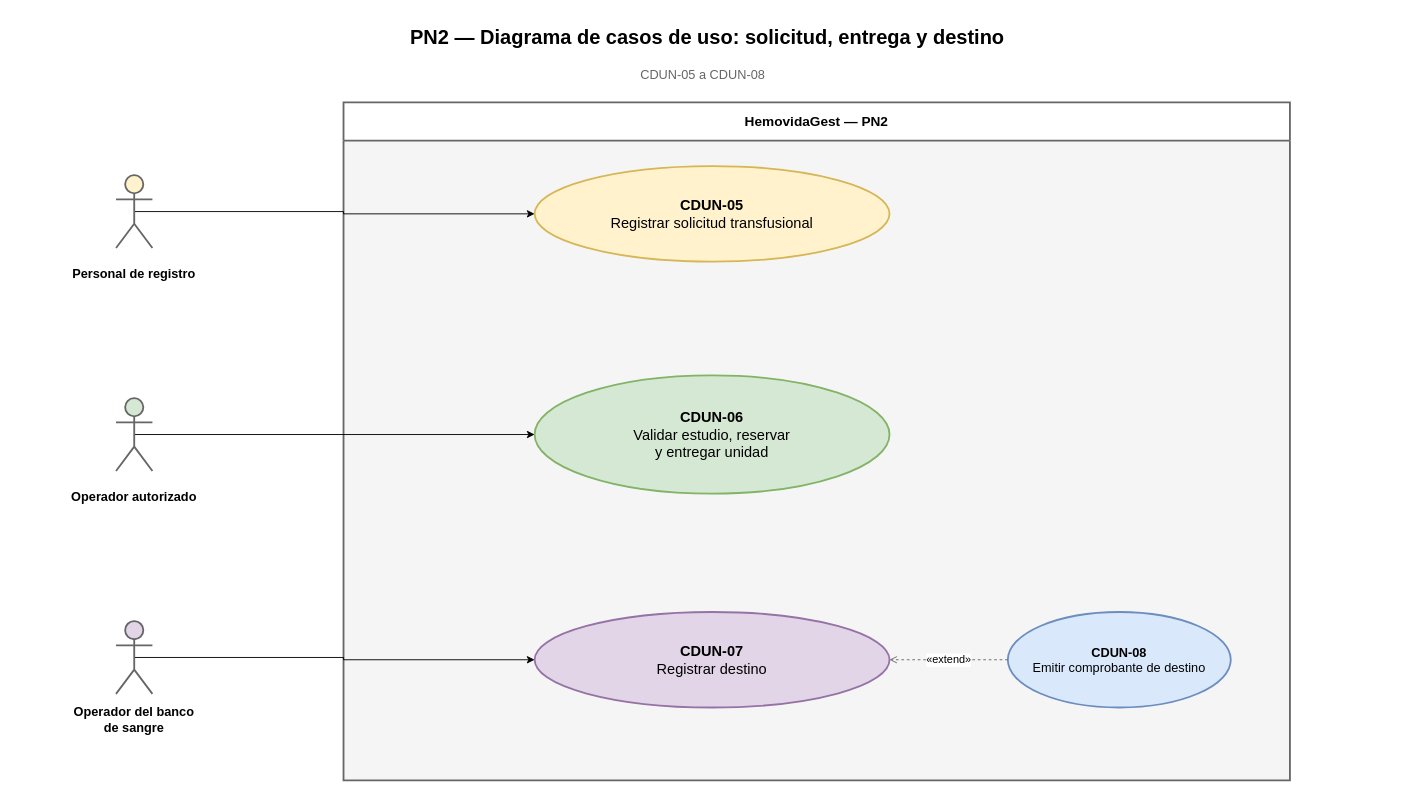
This is Diagramas/Casos de Uso/PN2 - CDUN-05 a CDUN-08 - Casos de uso.drawio from juanNH/Ingenieria-de-Software, a draw.io file, before an edit. Source tidied: cells renumbered, new cells numbered last; positions are measured from the earlier drawing's top-left corner, leaving out a move shared by most shapes. Both pictures are drawn from the tidied source at 91%, with x=0, y=0 at pixel (15, 15).
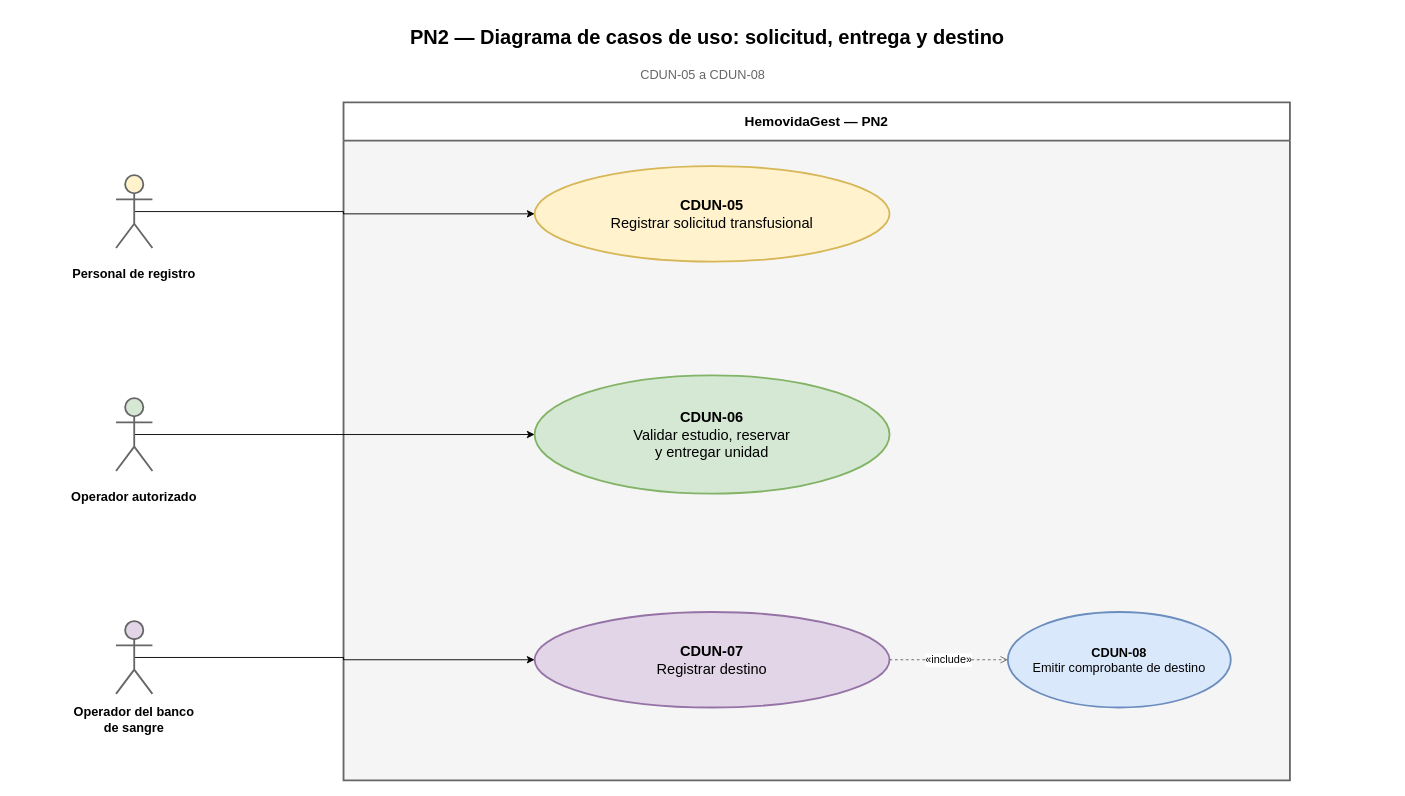
Above is the later version.

What changed in the source:
```diff
@@
 <mxGraphModel>
   <root>
     <mxCell id="0" />
     <mxCell id="1" parent="0" />
     <mxCell id="2" value="PN2 — Diagrama de casos de uso: solicitud, entrega y destino" style="text;html=1;strokeColor=none;fillColor=none;fontFamily=Arial;align=center;verticalAlign=middle;whiteSpace=wrap;fontSize=22;fontStyle=1;" parent="1" vertex="1">
       <mxGeometry x="10" width="1500" height="48" as="geometry" />
     </mxCell>
     <mxCell id="3" value="CDUN-05 a CDUN-08" style="text;html=1;strokeColor=none;fillColor=none;fontFamily=Arial;align=center;verticalAlign=middle;whiteSpace=wrap;fontSize=14;fontColor=#666666;" parent="1" vertex="1">
       <mxGeometry x="130" y="50" width="1250" height="30" as="geometry" />
     </mxCell>
     <mxCell id="4" value="HemovidaGest — PN2" style="swimlane;horizontal=1;startSize=42;whiteSpace=wrap;html=1;fillColor=none;swimlaneFillColor=#f5f5f5;strokeColor=#666666;strokeWidth=2;fontFamily=Arial;fontSize=15;fontStyle=1;" parent="1" vertex="1">
       <mxGeometry x="360" y="95" width="1040" height="745" as="geometry" />
     </mxCell>
     <mxCell id="5" value="&lt;b&gt;CDUN-05&lt;/b&gt;&lt;br&gt;Registrar solicitud transfusional" style="ellipse;whiteSpace=wrap;html=1;fillColor=#fff2cc;strokeColor=#d6b656;strokeWidth=2;fontFamily=Arial;fontSize=16;align=center;verticalAlign=middle;" parent="1" vertex="1">
       <mxGeometry x="570" y="165" width="390" height="105" as="geometry" />
     </mxCell>
     <mxCell id="6" value="&lt;b&gt;CDUN-06&lt;/b&gt;&lt;br&gt;Validar estudio, reservar&lt;br&gt;y entregar unidad" style="ellipse;whiteSpace=wrap;html=1;fillColor=#d5e8d4;strokeColor=#82b366;strokeWidth=2;fontFamily=Arial;fontSize=16;align=center;verticalAlign=middle;" parent="1" vertex="1">
       <mxGeometry x="570" y="395" width="390" height="130" as="geometry" />
     </mxCell>
     <mxCell id="7" value="&lt;b&gt;CDUN-07&lt;/b&gt;&lt;br&gt;Registrar destino" style="ellipse;whiteSpace=wrap;html=1;fillColor=#e1d5e7;strokeColor=#9673a6;strokeWidth=2;fontFamily=Arial;fontSize=16;align=center;verticalAlign=middle;" parent="1" vertex="1">
       <mxGeometry x="570" y="655" width="390" height="105" as="geometry" />
     </mxCell>
     <mxCell id="8" style="edgeStyle=orthogonalEdgeStyle;rounded=0;jettySize=auto;html=1;exitX=0.5;exitY=0.5;exitDx=0;exitDy=0;exitPerimeter=0;entryX=0;entryY=0.5;entryDx=0;entryDy=0;defaultLabelBackgroundColor=page;" parent="1" edge="1" source="9" target="5">
       <mxGeometry relative="1" as="geometry" />
     </mxCell>
     <mxCell id="9" style="shape=umlActor;html=1;fillColor=#fff2cc;strokeColor=#666666;strokeWidth=2;" parent="1" vertex="1">
       <mxGeometry x="110" y="175" width="40" height="80" as="geometry" />
     </mxCell>
     <mxCell id="10" value="&lt;b&gt;Personal de registro&lt;/b&gt;" style="text;html=1;strokeColor=none;fillColor=none;fontFamily=Arial;align=center;verticalAlign=middle;whiteSpace=wrap;fontSize=14;" parent="1" vertex="1">
       <mxGeometry y="260" width="260" height="45" as="geometry" />
     </mxCell>
     <mxCell id="11" style="edgeStyle=orthogonalEdgeStyle;rounded=0;jettySize=auto;html=1;exitX=0.5;exitY=0.5;exitDx=0;exitDy=0;exitPerimeter=0;entryX=0;entryY=0.5;entryDx=0;entryDy=0;defaultLabelBackgroundColor=page;" parent="1" edge="1" source="12" target="6">
       <mxGeometry relative="1" as="geometry" />
     </mxCell>
     <mxCell id="12" style="shape=umlActor;html=1;fillColor=#d5e8d4;strokeColor=#666666;strokeWidth=2;" parent="1" vertex="1">
       <mxGeometry x="110" y="420" width="40" height="80" as="geometry" />
     </mxCell>
     <mxCell id="13" value="&lt;b&gt;Operador autorizado&lt;/b&gt;" style="text;html=1;strokeColor=none;fillColor=none;fontFamily=Arial;align=center;verticalAlign=middle;whiteSpace=wrap;fontSize=14;" parent="1" vertex="1">
       <mxGeometry y="505" width="260" height="45" as="geometry" />
     </mxCell>
     <mxCell id="14" style="edgeStyle=orthogonalEdgeStyle;rounded=0;jettySize=auto;html=1;exitX=0.5;exitY=0.5;exitDx=0;exitDy=0;exitPerimeter=0;entryX=0;entryY=0.5;entryDx=0;entryDy=0;defaultLabelBackgroundColor=page;" parent="1" edge="1" source="15" target="7">
       <mxGeometry relative="1" as="geometry" />
     </mxCell>
     <mxCell id="15" style="shape=umlActor;html=1;fillColor=#e1d5e7;strokeColor=#666666;strokeWidth=2;" parent="1" vertex="1">
       <mxGeometry x="110" y="665" width="40" height="80" as="geometry" />
     </mxCell>
     <mxCell id="16" value="&lt;b&gt;Operador del banco&lt;br&gt;de sangre&lt;/b&gt;" style="text;html=1;strokeColor=none;fillColor=none;fontFamily=Arial;align=center;verticalAlign=middle;whiteSpace=wrap;fontSize=14;" parent="1" vertex="1">
       <mxGeometry y="750" width="260" height="45" as="geometry" />
     </mxCell>
     <mxCell id="17" value="&lt;b&gt;CDUN-08&lt;/b&gt;&lt;br&gt;Emitir comprobante de destino" style="ellipse;whiteSpace=wrap;html=1;fillColor=#dae8fc;strokeColor=#6c8ebf;strokeWidth=2;fontFamily=Arial;fontSize=14;align=center;verticalAlign=middle;" parent="1" vertex="1">
       <mxGeometry x="1090" y="655" width="245" height="105" as="geometry" />
     </mxCell>
-    <mxCell id="18" value="«extend»" style="edgeStyle=orthogonalEdgeStyle;rounded=0;html=1;dashed=1;endArrow=open;strokeColor=#666666;fontSize=12;exitX=0;exitY=0.5;entryX=1;entryY=0.5;" parent="1" edge="1" source="17" target="7">
-      <mxGeometry relative="1" as="geometry" />
-    </mxCell>
+    <mxCell id="19" value="«include»" style="edgeStyle=orthogonalEdgeStyle;rounded=0;html=1;dashed=1;endArrow=open;strokeColor=#666666;fontSize=12;exitX=1;exitY=0.5;entryX=0;entryY=0.5;" parent="1" edge="1" source="7" target="17">
+      <mxGeometry relative="1" as="geometry" />
+    </mxCell>
   </root>
 </mxGraphModel>
```
